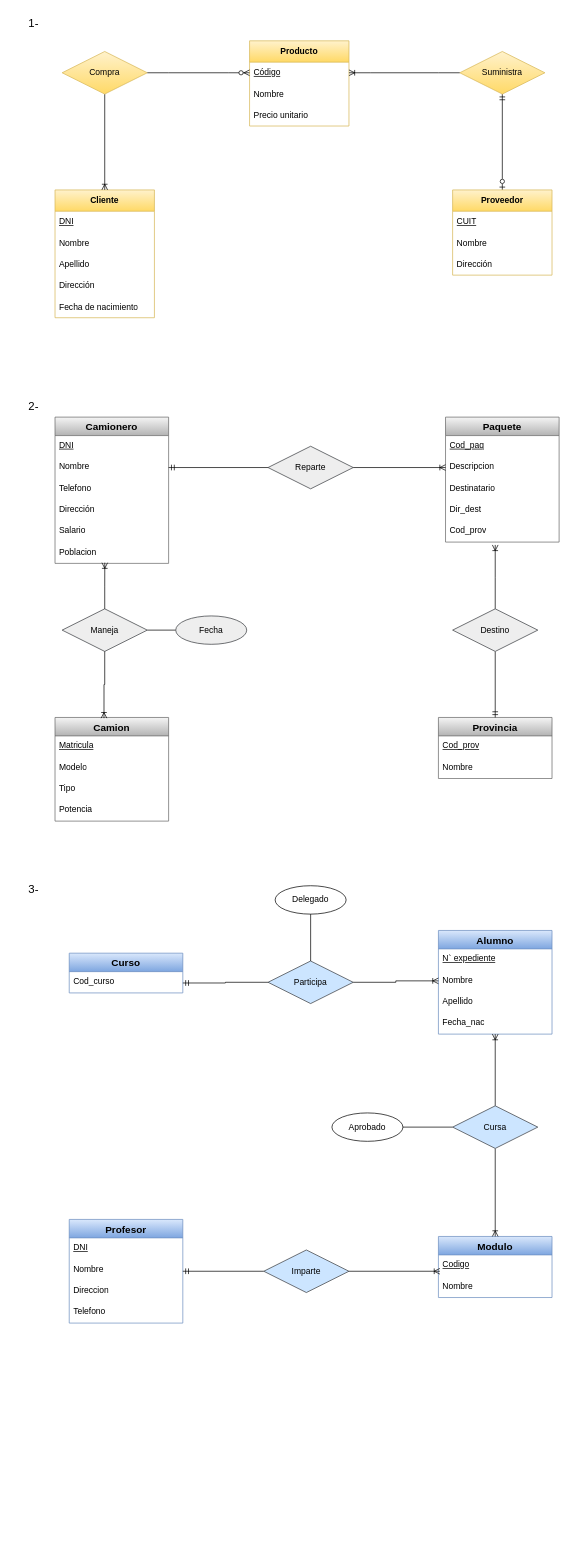
Earlier version of the draw.io diagram GuiaEjercicios2.drawio (JuanPaBV/DyABasesDatos). Source tidied: cells renumbered, new cells numbered last; positions are measured from the earlier drawing's top-left corner, leaving out a move shared by most shapes. Both pictures are drawn from the tidied source at 71%, with x=0, y=0 at pixel (12, 12).
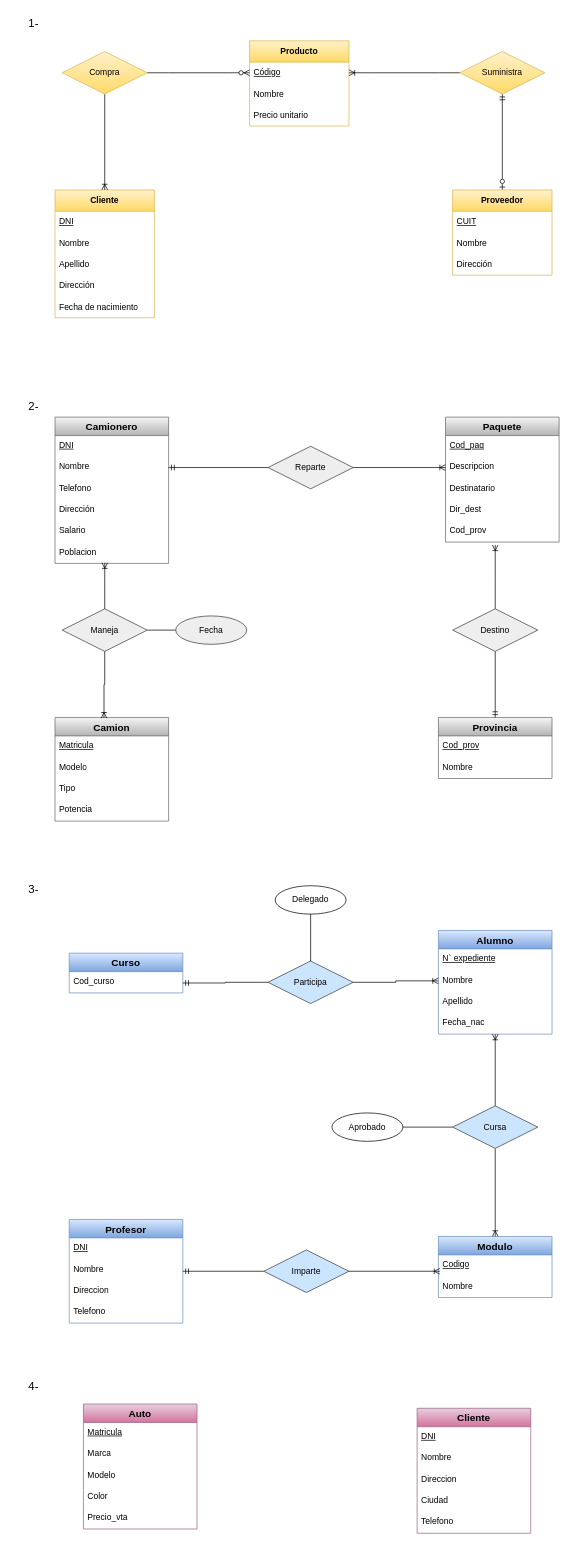
The same page after the edit.

Diff of the diagram source:
```diff
@@
+    <mxCell id="85" value="&lt;font style=&quot;font-size: 16px;&quot;&gt;4-&lt;/font&gt;" style="text;html=1;align=center;verticalAlign=middle;whiteSpace=wrap;rounded=0;" parent="1" vertex="1">
+      <mxGeometry y="1920" width="60" height="30" as="geometry" />
+    </mxCell>
+    <mxCell id="86" value="Auto" style="swimlane;fontStyle=1;horizontal=1;startSize=26;align=center;fontSize=14;fillColor=#e6d0de;gradientColor=#d5739d;strokeColor=#996185;" parent="1" vertex="1">
+      <mxGeometry x="100" y="1960" width="160" height="176" as="geometry" />
+    </mxCell>
+    <mxCell id="87" value="&lt;u&gt;Matricula&lt;/u&gt;" style="text;strokeColor=none;fillColor=none;spacingLeft=4;spacingRight=4;overflow=hidden;fontSize=12;whiteSpace=wrap;html=1;" parent="86" vertex="1">
+      <mxGeometry y="26" width="160" height="30" as="geometry" />
+    </mxCell>
+    <mxCell id="88" value="Marca" style="text;strokeColor=none;fillColor=none;spacingLeft=4;spacingRight=4;overflow=hidden;fontSize=12;whiteSpace=wrap;html=1;" parent="86" vertex="1">
+      <mxGeometry y="56" width="160" height="30" as="geometry" />
+    </mxCell>
+    <mxCell id="89" value="Modelo" style="text;strokeColor=none;fillColor=none;spacingLeft=4;spacingRight=4;overflow=hidden;fontSize=12;whiteSpace=wrap;html=1;" parent="86" vertex="1">
+      <mxGeometry y="86" width="160" height="30" as="geometry" />
+    </mxCell>
+    <mxCell id="90" value="Color" style="text;strokeColor=none;fillColor=none;spacingLeft=4;spacingRight=4;overflow=hidden;fontSize=12;whiteSpace=wrap;html=1;" parent="86" vertex="1">
+      <mxGeometry y="116" width="160" height="30" as="geometry" />
+    </mxCell>
+    <mxCell id="91" value="Precio_vta" style="text;strokeColor=none;fillColor=none;spacingLeft=4;spacingRight=4;overflow=hidden;fontSize=12;whiteSpace=wrap;html=1;" parent="86" vertex="1">
+      <mxGeometry y="146" width="160" height="30" as="geometry" />
+    </mxCell>
+    <mxCell id="92" value="Cliente" style="swimlane;fontStyle=1;horizontal=1;startSize=26;align=center;fontSize=14;fillColor=#e6d0de;gradientColor=#d5739d;strokeColor=#996185;" parent="1" vertex="1">
+      <mxGeometry x="570" y="1966" width="160" height="176" as="geometry" />
+    </mxCell>
+    <mxCell id="93" value="&lt;u&gt;DNI&lt;/u&gt;" style="text;strokeColor=none;fillColor=none;spacingLeft=4;spacingRight=4;overflow=hidden;fontSize=12;whiteSpace=wrap;html=1;" parent="92" vertex="1">
+      <mxGeometry y="26" width="160" height="30" as="geometry" />
+    </mxCell>
+    <mxCell id="94" value="Nombre" style="text;strokeColor=none;fillColor=none;spacingLeft=4;spacingRight=4;overflow=hidden;fontSize=12;whiteSpace=wrap;html=1;" parent="92" vertex="1">
+      <mxGeometry y="56" width="160" height="30" as="geometry" />
+    </mxCell>
+    <mxCell id="95" value="Direccion" style="text;strokeColor=none;fillColor=none;spacingLeft=4;spacingRight=4;overflow=hidden;fontSize=12;whiteSpace=wrap;html=1;" parent="92" vertex="1">
+      <mxGeometry y="86" width="160" height="30" as="geometry" />
+    </mxCell>
+    <mxCell id="96" value="Ciudad" style="text;strokeColor=none;fillColor=none;spacingLeft=4;spacingRight=4;overflow=hidden;fontSize=12;whiteSpace=wrap;html=1;" parent="92" vertex="1">
+      <mxGeometry y="116" width="160" height="30" as="geometry" />
+    </mxCell>
+    <mxCell id="97" value="Telefono" style="text;strokeColor=none;fillColor=none;spacingLeft=4;spacingRight=4;overflow=hidden;fontSize=12;whiteSpace=wrap;html=1;" parent="92" vertex="1">
+      <mxGeometry y="146" width="160" height="30" as="geometry" />
+    </mxCell>
```
